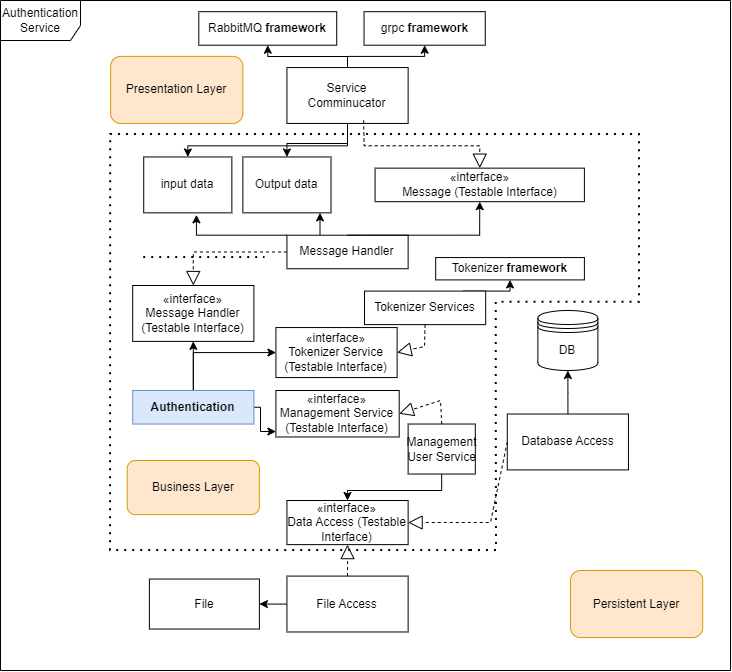
Earlier version of the draw.io export Project/diagram/Authentication-microservice/details/image/Authentication-Diragram.png (nima7997/application-architecture). Source tidied: cells renumbered, new cells last; positions are measured from the earlier drawing's top-left corner, leaving out a move shared by most shapes.
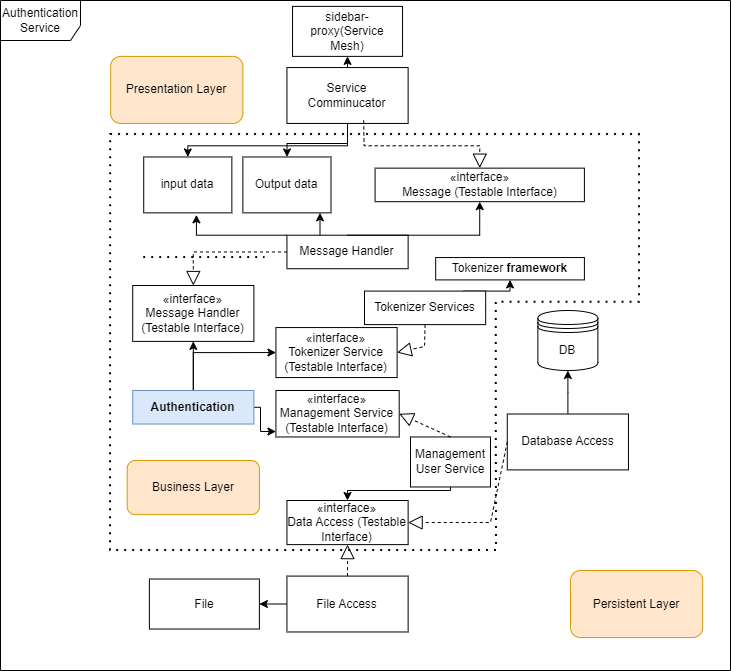
Later version of the same file.

Commit message:
Finish Authentication micro-service

Diff of the diagram source:
```diff
@@ -8,12 +8,6 @@
     <mxCell id="3" value="Authentication Service" style="shape=umlFrame;whiteSpace=wrap;html=1;width=80;height=40;" parent="2" vertex="1">
       <mxGeometry width="730" height="670" as="geometry" />
     </mxCell>
-    <mxCell id="4" value="RabbitMQ &lt;b&gt;framework&lt;/b&gt;" style="html=1;whiteSpace=wrap;" parent="2" vertex="1">
-      <mxGeometry x="198.3" y="11.2" width="137.9" height="33.5" as="geometry" />
-    </mxCell>
-    <mxCell id="5" value="grpc &lt;b&gt;framework&lt;/b&gt;" style="html=1;whiteSpace=wrap;" parent="2" vertex="1">
-      <mxGeometry x="363.6" y="11.2" width="121.2" height="33.5" as="geometry" />
-    </mxCell>
     <mxCell id="6" style="edgeStyle=orthogonalEdgeStyle;rounded=0;jettySize=auto;html=1;" parent="2" edge="1" source="7" target="25">
       <mxGeometry relative="1" as="geometry">
         <Array as="points">
@@ -133,22 +127,6 @@
         <mxPoint x="264.4" y="257.1" as="targetPoint" />
       </mxGeometry>
     </mxCell>
-    <mxCell id="28" style="edgeStyle=orthogonalEdgeStyle;rounded=0;jettySize=auto;html=1;entryX=0.5;entryY=1;entryDx=0;entryDy=0;" parent="2" edge="1" source="32" target="5">
-      <mxGeometry relative="1" as="geometry">
-        <Array as="points">
-          <mxPoint x="347" y="55.9" />
-          <mxPoint x="424.2" y="55.9" />
-        </Array>
-      </mxGeometry>
-    </mxCell>
-    <mxCell id="29" style="edgeStyle=orthogonalEdgeStyle;rounded=0;jettySize=auto;html=1;entryX=0.5;entryY=1;entryDx=0;entryDy=0;" parent="2" edge="1" source="32" target="4">
-      <mxGeometry relative="1" as="geometry">
-        <Array as="points">
-          <mxPoint x="347" y="56" />
-          <mxPoint x="267" y="56" />
-        </Array>
-      </mxGeometry>
-    </mxCell>
     <mxCell id="30" style="edgeStyle=orthogonalEdgeStyle;rounded=0;jettySize=auto;html=1;" parent="2" edge="1" source="32" target="25">
       <mxGeometry relative="1" as="geometry" />
     </mxCell>
@@ -160,6 +138,9 @@
         </Array>
       </mxGeometry>
     </mxCell>
+    <mxCell id="48" style="edgeStyle=orthogonalEdgeStyle;rounded=0;jettySize=auto;html=1;exitX=0.5;exitY=0;exitDx=0;exitDy=0;entryX=0.5;entryY=1;entryDx=0;entryDy=0;" parent="2" edge="1" source="32" target="49">
+      <mxGeometry relative="1" as="geometry" />
+    </mxCell>
     <mxCell id="32" value="Service Comminucator" style="html=1;whiteSpace=wrap;" parent="2" vertex="1">
       <mxGeometry x="286.4" y="67.1" width="121.2" height="55.9" as="geometry" />
     </mxCell>
@@ -207,14 +188,10 @@
       </mxGeometry>
     </mxCell>
     <mxCell id="41" value="Management User Service" style="html=1;whiteSpace=wrap;" parent="2" vertex="1">
-      <mxGeometry x="407.6" y="423.5" width="67.2" height="50" as="geometry" />
+      <mxGeometry x="410" y="436.5" width="80" height="50" as="geometry" />
     </mxCell>
     <mxCell id="42" style="endArrow=block;dashed=1;endFill=0;endSize=12;html=1;rounded=0;entryX=1;entryY=0.5;entryDx=0;entryDy=0;exitX=0.5;exitY=0;exitDx=0;exitDy=0;" parent="2" edge="1" source="41" target="39">
-      <mxGeometry relative="1" as="geometry">
-        <Array as="points">
-          <mxPoint x="440" y="400" />
-        </Array>
-      </mxGeometry>
+      <mxGeometry relative="1" as="geometry" />
     </mxCell>
     <mxCell id="43" value="DB" style="shape=datastore;whiteSpace=wrap;html=1;" parent="2" vertex="1">
       <mxGeometry x="537.4" y="310" width="60" height="60" as="geometry" />
@@ -231,5 +208,8 @@
     <mxCell id="47" value="File" style="html=1;whiteSpace=wrap;" parent="2" vertex="1">
       <mxGeometry x="148.9" y="578.5" width="110" height="50" as="geometry" />
     </mxCell>
+    <mxCell id="49" value="sidebar-proxy(Service Mesh)" style="html=1;whiteSpace=wrap;" parent="2" vertex="1">
+      <mxGeometry x="292" y="5.9" width="110" height="50" as="geometry" />
+    </mxCell>
   </root>
 </mxGraphModel>
```
